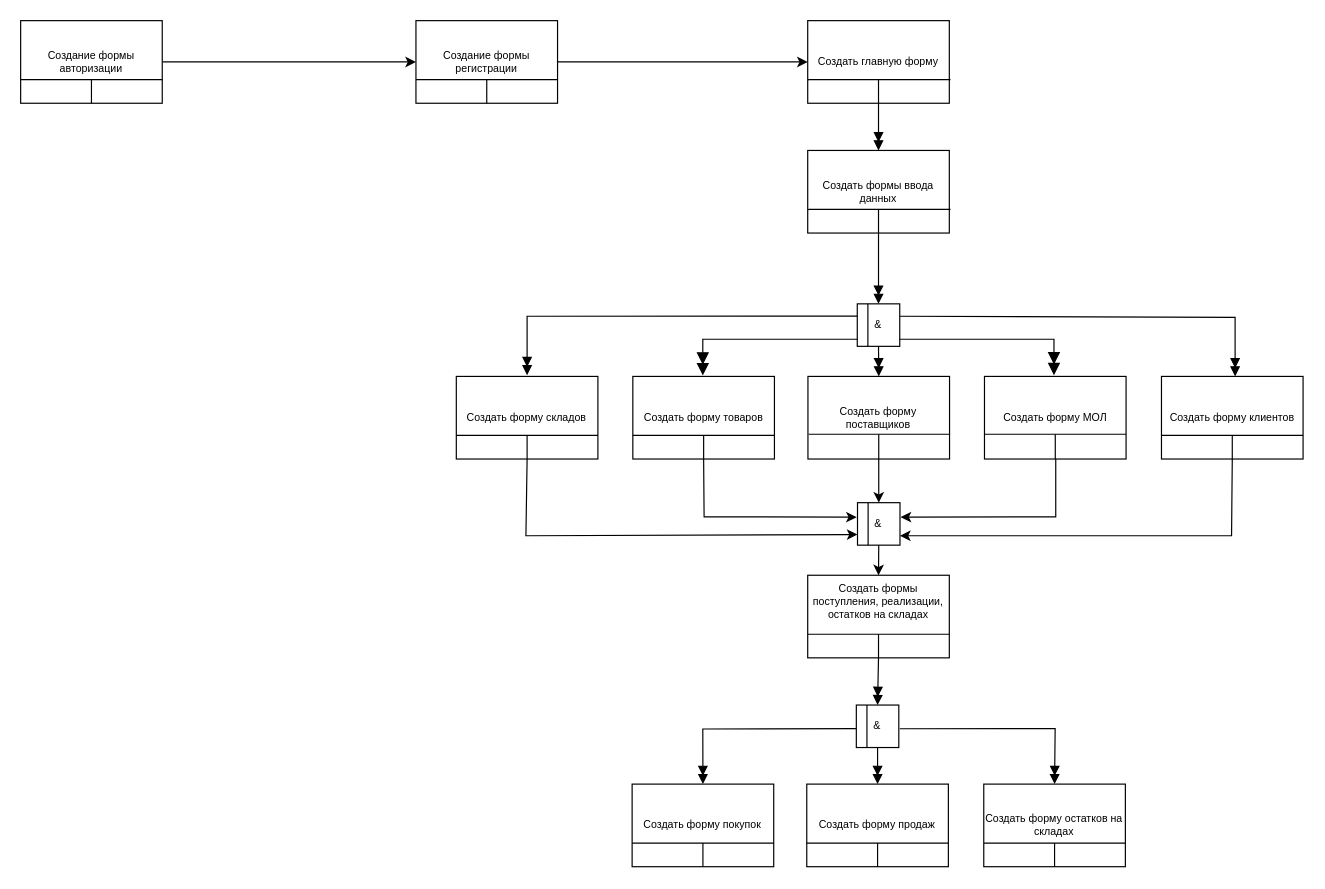
Earlier version of the draw.io diagram IDEF3.drawio (dallas-ak/MiSPIS). Source tidied: cells renumbered, new cells numbered last; positions are measured from the earlier drawing's top-left corner, leaving out a move shared by most shapes. Both pictures are drawn from the tidied source at 118%, with x=0, y=0 at pixel (20, 20).
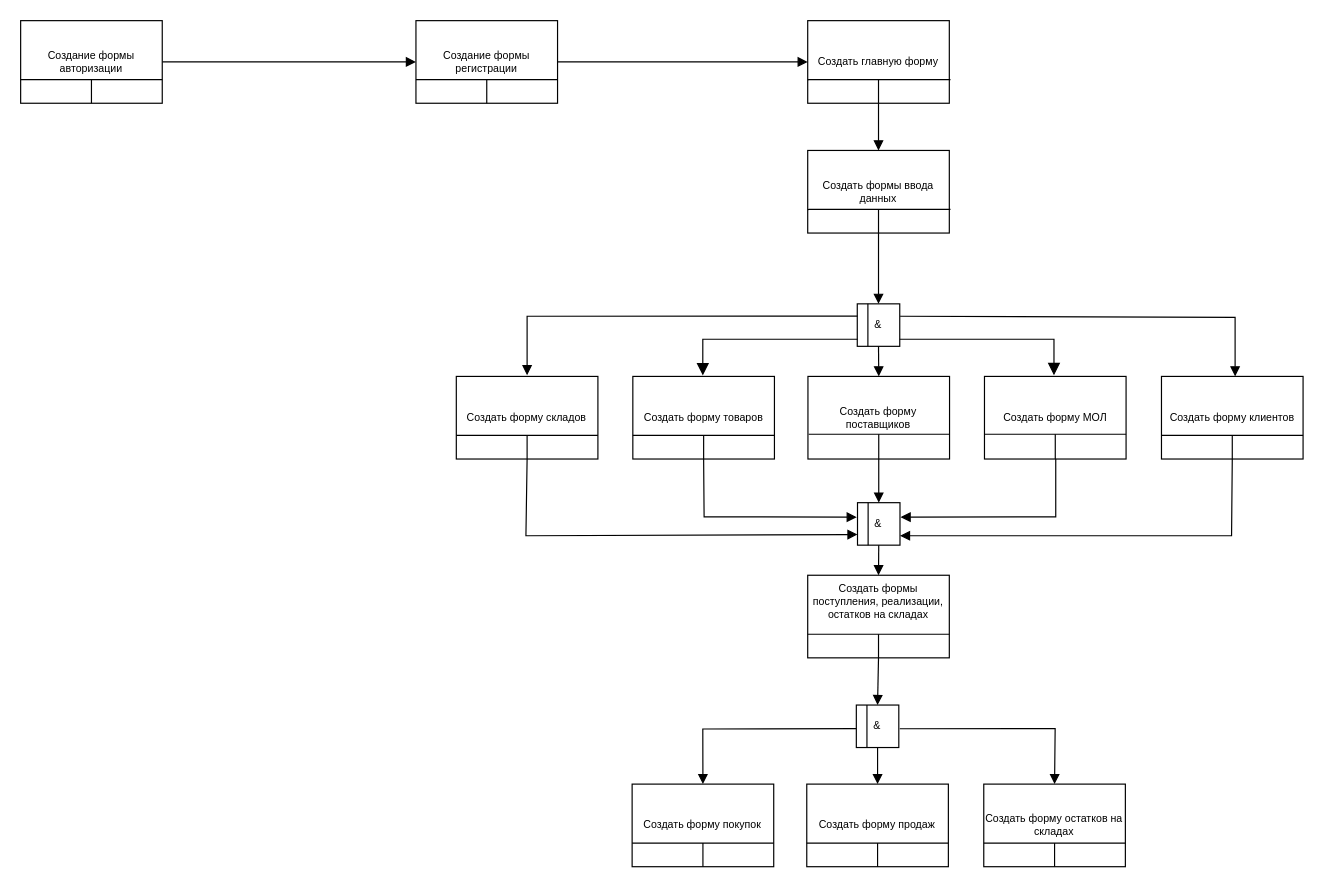
Above is the later version.

Unchanged cells that the change refers to:
```xml
<mxCell id="2" value="Создание формы регистрации" style="rounded=0;whiteSpace=wrap;html=1;fontSize=9;" parent="1" vertex="1">
  <mxGeometry x="335" width="120" height="70" as="geometry" />
</mxCell>
<mxCell id="5" value="Создать главную форму" style="rounded=0;whiteSpace=wrap;html=1;fontSize=9;" parent="1" vertex="1">
  <mxGeometry x="667" width="120" height="70" as="geometry" />
</mxCell>
<mxCell id="10" value="Создание формы авторизации" style="rounded=0;whiteSpace=wrap;html=1;fontSize=9;" parent="1" vertex="1">
  <mxGeometry width="120" height="70" as="geometry" />
</mxCell>
<mxCell id="16" value="Создать&amp;nbsp;форму товаров" style="rounded=0;whiteSpace=wrap;html=1;fontSize=9;" parent="1" vertex="1">
  <mxGeometry x="518.8" y="301.5" width="120" height="70" as="geometry" />
</mxCell>
<mxCell id="22" value="Создать&amp;nbsp;форму клиентов" style="rounded=0;whiteSpace=wrap;html=1;fontSize=9;" parent="1" vertex="1">
  <mxGeometry x="966.8" y="301.5" width="120" height="70" as="geometry" />
</mxCell>
<mxCell id="26" value="&amp;amp;" style="whiteSpace=wrap;html=1;fontSize=9;" parent="25" vertex="1">
  <mxGeometry width="36" height="36" as="geometry" />
</mxCell>
<mxCell id="30" value="Создать&amp;nbsp;форму поставщиков" style="rounded=0;whiteSpace=wrap;html=1;fontSize=9;" parent="1" vertex="1">
  <mxGeometry x="667.2" y="301.5" width="120" height="70" as="geometry" />
</mxCell>
<mxCell id="34" value="&amp;amp;" style="whiteSpace=wrap;html=1;fontSize=9;" parent="33" vertex="1">
  <mxGeometry width="36" height="36" as="geometry" />
</mxCell>
<mxCell id="45" value="Создать&amp;nbsp;форму покупок" style="rounded=0;whiteSpace=wrap;html=1;fontSize=9;" parent="1" vertex="1">
  <mxGeometry x="518.2" y="647" width="120" height="70" as="geometry" />
</mxCell>
<mxCell id="51" value="Создать&amp;nbsp;форму остатков на складах" style="rounded=0;whiteSpace=wrap;html=1;fontSize=9;" parent="1" vertex="1">
  <mxGeometry x="816.2" y="647" width="120" height="70" as="geometry" />
</mxCell>
<mxCell id="54" value="Создать формы ввода данных" style="rounded=0;whiteSpace=wrap;html=1;fontSize=9;" parent="1" vertex="1">
  <mxGeometry x="667" y="110" width="120" height="70" as="geometry" />
</mxCell>
<mxCell id="59" value="Создать формы поступления, реализации, остатков на складах" style="rounded=0;whiteSpace=wrap;html=1;fontSize=9;verticalAlign=top;spacingBottom=0;labelPosition=center;verticalLabelPosition=middle;align=center;" parent="1" vertex="1">
  <mxGeometry x="667" y="470" width="120" height="70" as="geometry" />
</mxCell>
<mxCell id="66" value="&amp;amp;" style="whiteSpace=wrap;html=1;fontSize=9;" parent="65" vertex="1">
  <mxGeometry width="36" height="36" as="geometry" />
</mxCell>
```

Diff of the diagram source:
```diff
@@
-    <mxCell id="8" style="endArrow=classic;html=1;rounded=0;exitX=1;exitY=0.5;exitDx=0;exitDy=0;fontSize=9;" parent="1" edge="1" source="10">
+    <mxCell id="8" style="endArrow=block;html=1;rounded=0;exitX=1;exitY=0.5;exitDx=0;exitDy=0;fontSize=9;endFill=1;" parent="1" edge="1" source="10">
       <mxGeometry relative="1" as="geometry">
         <mxPoint x="335" y="35" as="targetPoint" />
       </mxGeometry>
     </mxCell>
-    <mxCell id="9" style="endArrow=classic;html=1;rounded=0;entryX=0;entryY=0.5;entryDx=0;entryDy=0;exitX=1;exitY=0.5;exitDx=0;exitDy=0;fontSize=9;" parent="1" edge="1" source="2" target="5">
+    <mxCell id="9" style="endArrow=block;html=1;rounded=0;entryX=0;entryY=0.5;entryDx=0;entryDy=0;exitX=1;exitY=0.5;exitDx=0;exitDy=0;fontSize=9;endFill=1;" parent="1" edge="1" source="2" target="5">
       <mxGeometry relative="1" as="geometry" />
     </mxCell>
@@
-    <mxCell id="28" style="edgeStyle=segmentEdgeStyle;endArrow=doubleBlock;html=1;curved=0;rounded=0;endSize=8;startSize=8;sourcePerimeterSpacing=0;targetPerimeterSpacing=0;exitX=0.004;exitY=0.834;exitDx=0;exitDy=0;exitPerimeter=0;entryX=0.494;entryY=-0.012;entryDx=0;entryDy=0;entryPerimeter=0;endFill=1;fontSize=9;" parent="1" edge="1" source="26" target="16">
+    <mxCell id="28" style="edgeStyle=segmentEdgeStyle;endArrow=block;html=1;curved=0;rounded=0;endSize=8;startSize=8;sourcePerimeterSpacing=0;targetPerimeterSpacing=0;exitX=0.004;exitY=0.834;exitDx=0;exitDy=0;exitPerimeter=0;entryX=0.494;entryY=-0.012;entryDx=0;entryDy=0;entryPerimeter=0;endFill=1;fontSize=9;" parent="1" edge="1" source="26" target="16">
       <mxGeometry relative="1" as="geometry">
         <Array as="points">
           <mxPoint x="578.2" y="270.5" />
         </Array>
       </mxGeometry>
     </mxCell>
-    <mxCell id="29" style="edgeStyle=segmentEdgeStyle;endArrow=doubleBlock;html=1;curved=0;rounded=0;endSize=8;startSize=8;sourcePerimeterSpacing=0;targetPerimeterSpacing=0;entryX=0.502;entryY=0.007;entryDx=0;entryDy=0;entryPerimeter=0;exitX=1.001;exitY=0.834;exitDx=0;exitDy=0;exitPerimeter=0;endFill=1;fontSize=9;" parent="1" edge="1" source="26">
+    <mxCell id="29" style="edgeStyle=segmentEdgeStyle;endArrow=block;html=1;curved=0;rounded=0;endSize=8;startSize=8;sourcePerimeterSpacing=0;targetPerimeterSpacing=0;entryX=0.502;entryY=0.007;entryDx=0;entryDy=0;entryPerimeter=0;exitX=1.001;exitY=0.834;exitDx=0;exitDy=0;exitPerimeter=0;endFill=1;fontSize=9;" parent="1" edge="1" source="26">
       <mxGeometry relative="1" as="geometry">
         <mxPoint x="875.7" y="300.5" as="targetPoint" />
         <Array as="points">
           <mxPoint x="875.2" y="270.5" />
         </Array>
       </mxGeometry>
     </mxCell>
@@
-    <mxCell id="32" style="endArrow=doubleBlock;html=1;rounded=0;exitX=0.5;exitY=1;exitDx=0;exitDy=0;entryX=0.5;entryY=0;entryDx=0;entryDy=0;endFill=1;fontSize=9;" parent="1" edge="1" source="26" target="30">
+    <mxCell id="32" style="endArrow=block;html=1;rounded=0;exitX=0.5;exitY=1;exitDx=0;exitDy=0;entryX=0.5;entryY=0;entryDx=0;entryDy=0;endFill=1;fontSize=9;" parent="1" edge="1" source="26" target="30">
       <mxGeometry relative="1" as="geometry" />
     </mxCell>
@@
-    <mxCell id="36" style="endArrow=classic;html=1;rounded=0;exitX=0.5;exitY=1;exitDx=0;exitDy=0;entryX=0.5;entryY=0;entryDx=0;entryDy=0;fontSize=9;" parent="1" edge="1" source="30" target="34">
+    <mxCell id="36" style="endArrow=block;html=1;rounded=0;exitX=0.5;exitY=1;exitDx=0;exitDy=0;entryX=0.5;entryY=0;entryDx=0;entryDy=0;fontSize=9;endFill=1;" parent="1" edge="1" source="30" target="34">
       <mxGeometry relative="1" as="geometry" />
     </mxCell>
@@
-    <mxCell id="38" style="endArrow=classic;html=1;rounded=0;exitX=0.5;exitY=1;exitDx=0;exitDy=0;entryX=1;entryY=0.5;entryDx=0;entryDy=0;fontSize=9;" parent="1" edge="1" source="22">
+    <mxCell id="38" style="endArrow=block;html=1;rounded=0;exitX=0.5;exitY=1;exitDx=0;exitDy=0;entryX=1;entryY=0.5;entryDx=0;entryDy=0;fontSize=9;endFill=1;" parent="1" edge="1" source="22">
       <mxGeometry relative="1" as="geometry">
         <mxPoint x="745.2" y="436.5" as="targetPoint" />
         <Array as="points">
           <mxPoint x="1026.2" y="436.5" />
         </Array>
       </mxGeometry>
     </mxCell>
-    <mxCell id="39" style="endArrow=classic;html=1;rounded=0;exitX=0.5;exitY=1;exitDx=0;exitDy=0;entryX=-0.018;entryY=0.34;entryDx=0;entryDy=0;entryPerimeter=0;fontSize=9;" parent="1" edge="1" source="16" target="34">
+    <mxCell id="39" style="endArrow=block;html=1;rounded=0;exitX=0.5;exitY=1;exitDx=0;exitDy=0;entryX=-0.018;entryY=0.34;entryDx=0;entryDy=0;entryPerimeter=0;fontSize=9;endFill=1;" parent="1" edge="1" source="16" target="34">
       <mxGeometry relative="1" as="geometry">
         <Array as="points">
           <mxPoint x="579.2" y="420.5" />
         </Array>
       </mxGeometry>
     </mxCell>
-    <mxCell id="40" style="endArrow=classic;html=1;rounded=0;exitX=0.5;exitY=1;exitDx=0;exitDy=0;entryX=1.015;entryY=0.34;entryDx=0;entryDy=0;entryPerimeter=0;fontSize=9;" parent="1" edge="1" target="34">
+    <mxCell id="40" style="endArrow=block;html=1;rounded=0;exitX=0.5;exitY=1;exitDx=0;exitDy=0;entryX=1.015;entryY=0.34;entryDx=0;entryDy=0;entryPerimeter=0;fontSize=9;endFill=1;" parent="1" edge="1" target="34">
       <mxGeometry relative="1" as="geometry">
         <mxPoint x="877.2" y="371.5" as="sourcePoint" />
         <Array as="points">
           <mxPoint x="877.2" y="420.5" />
         </Array>
       </mxGeometry>
     </mxCell>
-    <mxCell id="41" style="endArrow=classic;html=1;rounded=0;exitX=0.5;exitY=1;exitDx=0;exitDy=0;entryX=0;entryY=0.75;entryDx=0;entryDy=0;fontSize=9;" parent="1" edge="1" target="34">
+    <mxCell id="41" style="endArrow=block;html=1;rounded=0;exitX=0.5;exitY=1;exitDx=0;exitDy=0;entryX=0;entryY=0.75;entryDx=0;entryDy=0;fontSize=9;endFill=1;" parent="1" edge="1" target="34">
       <mxGeometry relative="1" as="geometry">
         <mxPoint x="429.2" y="371.5" as="sourcePoint" />
         <Array as="points">
           <mxPoint x="428.2" y="436.5" />
         </Array>
       </mxGeometry>
     </mxCell>
-    <mxCell id="42" style="endArrow=doubleBlock;html=1;rounded=0;exitX=0.005;exitY=0.288;exitDx=0;exitDy=0;exitPerimeter=0;endFill=1;fontSize=9;" parent="1" edge="1" source="26">
+    <mxCell id="42" style="endArrow=block;html=1;rounded=0;exitX=0.005;exitY=0.288;exitDx=0;exitDy=0;exitPerimeter=0;endFill=1;fontSize=9;" parent="1" edge="1" source="26">
       <mxGeometry relative="1" as="geometry">
         <mxPoint x="429.2" y="300.5" as="targetPoint" />
         <Array as="points">
           <mxPoint x="429.2" y="250.5" />
         </Array>
       </mxGeometry>
     </mxCell>
-    <mxCell id="43" style="endArrow=doubleBlock;html=1;rounded=0;exitX=1.008;exitY=0.292;exitDx=0;exitDy=0;exitPerimeter=0;endFill=1;fontSize=9;" parent="1" edge="1" source="26">
+    <mxCell id="43" style="endArrow=block;html=1;rounded=0;exitX=1.008;exitY=0.292;exitDx=0;exitDy=0;exitPerimeter=0;endFill=1;fontSize=9;" parent="1" edge="1" source="26">
       <mxGeometry relative="1" as="geometry">
         <mxPoint x="1029.2" y="301.5" as="targetPoint" />
         <Array as="points">
           <mxPoint x="1029.2" y="251.5" />
         </Array>
       </mxGeometry>
     </mxCell>
-    <mxCell id="44" style="endArrow=doubleBlock;html=1;rounded=0;exitX=0.5;exitY=1;exitDx=0;exitDy=0;entryX=0.5;entryY=0;entryDx=0;entryDy=0;fontSize=9;endFill=1;" parent="1" edge="1" source="66">
+    <mxCell id="44" style="endArrow=block;html=1;rounded=0;exitX=0.5;exitY=1;exitDx=0;exitDy=0;entryX=0.5;entryY=0;entryDx=0;entryDy=0;fontSize=9;endFill=1;" parent="1" edge="1" source="66">
       <mxGeometry relative="1" as="geometry">
         <mxPoint x="726.2" y="647" as="targetPoint" />
       </mxGeometry>
     </mxCell>
@@
-    <mxCell id="57" style="edgeStyle=none;jettySize=auto;html=1;rounded=0;exitX=0.5;exitY=1;exitDx=0;exitDy=0;entryX=0.5;entryY=0;entryDx=0;entryDy=0;endArrow=doubleBlock;endFill=1;fontSize=9;" parent="1" edge="1" source="5" target="54">
+    <mxCell id="57" style="edgeStyle=none;jettySize=auto;html=1;rounded=0;exitX=0.5;exitY=1;exitDx=0;exitDy=0;entryX=0.5;entryY=0;entryDx=0;entryDy=0;endArrow=block;endFill=1;fontSize=9;" parent="1" edge="1" source="5" target="54">
       <mxGeometry relative="1" as="geometry" />
     </mxCell>
-    <mxCell id="58" style="endArrow=doubleBlock;html=1;rounded=0;endFill=1;entryX=0.5;entryY=0;entryDx=0;entryDy=0;exitX=0.5;exitY=1;exitDx=0;exitDy=0;fontSize=9;" parent="1" edge="1" source="54" target="26">
+    <mxCell id="58" style="endArrow=block;html=1;rounded=0;endFill=1;entryX=0.5;entryY=0;entryDx=0;entryDy=0;exitX=0.5;exitY=1;exitDx=0;exitDy=0;fontSize=9;" parent="1" edge="1" source="54" target="26">
       <mxGeometry relative="1" as="geometry" />
     </mxCell>
@@
-    <mxCell id="62" style="endArrow=doubleBlock;html=1;rounded=0;entryX=0.5;entryY=0;entryDx=0;entryDy=0;exitX=-0.003;exitY=0.824;exitDx=0;exitDy=0;fontSize=9;endFill=1;exitPerimeter=0;" parent="1" edge="1" target="45">
+    <mxCell id="62" style="endArrow=block;html=1;rounded=0;entryX=0.5;entryY=0;entryDx=0;entryDy=0;exitX=-0.003;exitY=0.824;exitDx=0;exitDy=0;fontSize=9;endFill=1;exitPerimeter=0;" parent="1" edge="1" target="45">
       <mxGeometry relative="1" as="geometry">
         <mxPoint x="708.3" y="600" as="sourcePoint" />
         <Array as="points">
           <mxPoint x="578.1" y="600.3" />
         </Array>
       </mxGeometry>
     </mxCell>
-    <mxCell id="63" style="endArrow=doubleBlock;html=1;rounded=0;entryX=0.5;entryY=0;entryDx=0;entryDy=0;exitX=1.002;exitY=0.836;exitDx=0;exitDy=0;fontSize=9;endFill=1;exitPerimeter=0;" parent="1" edge="1" target="51">
+    <mxCell id="63" style="endArrow=block;html=1;rounded=0;entryX=0.5;entryY=0;entryDx=0;entryDy=0;exitX=1.002;exitY=0.836;exitDx=0;exitDy=0;fontSize=9;endFill=1;exitPerimeter=0;" parent="1" edge="1" target="51">
       <mxGeometry relative="1" as="geometry">
         <mxPoint x="745" y="600.1" as="sourcePoint" />
         <Array as="points">
           <mxPoint x="876.7" y="600" />
         </Array>
       </mxGeometry>
     </mxCell>
-    <mxCell id="64" style="endArrow=classic;html=1;rounded=0;entryX=0.5;entryY=0;entryDx=0;entryDy=0;exitX=0.5;exitY=1;exitDx=0;exitDy=0;" parent="1" edge="1" source="34" target="59">
+    <mxCell id="64" style="endArrow=block;html=1;rounded=0;entryX=0.5;entryY=0;entryDx=0;entryDy=0;exitX=0.5;exitY=1;exitDx=0;exitDy=0;endFill=1;" parent="1" edge="1" source="34" target="59">
       <mxGeometry relative="1" as="geometry" />
     </mxCell>
@@
-    <mxCell id="68" style="endArrow=doubleBlock;html=1;rounded=0;entryX=0.5;entryY=0;entryDx=0;entryDy=0;exitX=0.5;exitY=1;exitDx=0;exitDy=0;endFill=1;" parent="1" edge="1" source="59" target="66">
+    <mxCell id="68" style="endArrow=block;html=1;rounded=0;entryX=0.5;entryY=0;entryDx=0;entryDy=0;exitX=0.5;exitY=1;exitDx=0;exitDy=0;endFill=1;" parent="1" edge="1" source="59" target="66">
       <mxGeometry relative="1" as="geometry" />
     </mxCell>
```
